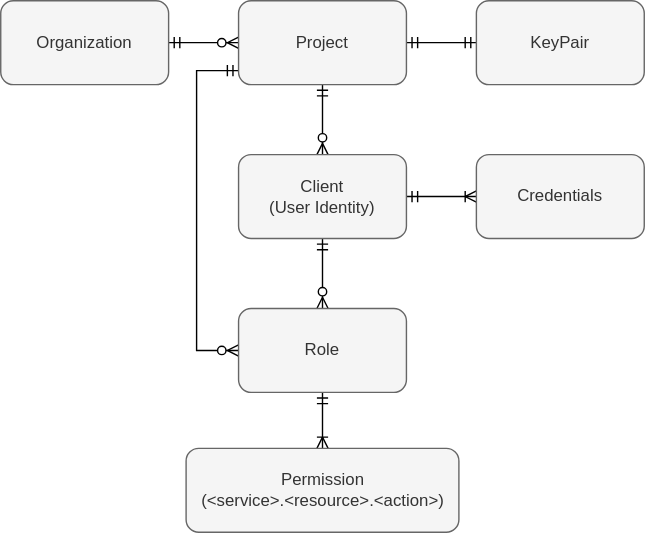
This is docs/IAM-data-model.svg from jveverka/iam-service, a draw.io export, as it was before one commit. Source tidied: cells renumbered, new cells last; positions are measured from the earlier drawing's top-left corner, leaving out a move shared by most shapes.
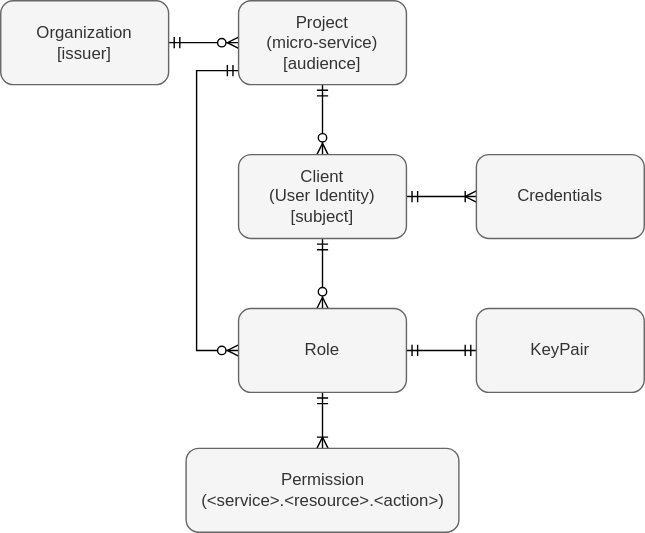
Above is the later version.

What changed in the source:
```diff
@@ -5,13 +5,13 @@
     <mxCell id="2" style="edgeStyle=none;rounded=0;jettySize=auto;html=1;startArrow=ERmandOne;startFill=0;endArrow=ERzeroToMany;endFill=1;" parent="1" edge="1" source="3" target="7">
       <mxGeometry relative="1" as="geometry" />
     </mxCell>
-    <mxCell id="3" value="Organization" style="rounded=1;whiteSpace=wrap;html=1;fillColor=#f5f5f5;strokeColor=#666666;fontColor=#333333;" parent="1" vertex="1">
+    <mxCell id="3" value="Organization&lt;br&gt;[issuer]" style="rounded=1;whiteSpace=wrap;html=1;fillColor=#f5f5f5;strokeColor=#666666;fontColor=#333333;" parent="1" vertex="1">
       <mxGeometry width="120" height="60" as="geometry" />
     </mxCell>
     <mxCell id="4" style="edgeStyle=none;rounded=0;jettySize=auto;html=1;startArrow=ERmandOne;startFill=0;endArrow=ERzeroToMany;endFill=1;" parent="1" edge="1" source="7" target="10">
       <mxGeometry relative="1" as="geometry" />
     </mxCell>
-    <mxCell id="5" style="edgeStyle=orthogonalEdgeStyle;rounded=0;jettySize=auto;html=1;startArrow=ERmandOne;startFill=0;endArrow=ERmandOne;endFill=0;" parent="1" edge="1" source="7" target="15">
+    <mxCell id="5" style="edgeStyle=orthogonalEdgeStyle;rounded=0;jettySize=auto;html=1;startArrow=ERmandOne;startFill=0;endArrow=ERmandOne;endFill=0;exitX=1;exitY=0.5;exitDx=0;exitDy=0;entryX=0;entryY=0.5;entryDx=0;entryDy=0;" parent="1" edge="1" source="13" target="15">
       <mxGeometry relative="1" as="geometry" />
     </mxCell>
     <mxCell id="6" style="edgeStyle=orthogonalEdgeStyle;rounded=0;jettySize=auto;html=1;entryX=0;entryY=0.5;entryDx=0;entryDy=0;startArrow=ERmandOne;startFill=0;endArrow=ERzeroToMany;endFill=1;" parent="1" edge="1" source="7" target="13">
@@ -22,7 +22,7 @@
         </Array>
       </mxGeometry>
     </mxCell>
-    <mxCell id="7" value="Project" style="rounded=1;whiteSpace=wrap;html=1;fillColor=#f5f5f5;strokeColor=#666666;fontColor=#333333;" parent="1" vertex="1">
+    <mxCell id="7" value="Project&lt;br&gt;(micro-service)&lt;br&gt;[audience]" style="rounded=1;whiteSpace=wrap;html=1;fillColor=#f5f5f5;strokeColor=#666666;fontColor=#333333;" parent="1" vertex="1">
       <mxGeometry x="170" width="120" height="60" as="geometry" />
     </mxCell>
     <mxCell id="8" style="edgeStyle=none;rounded=0;jettySize=auto;html=1;startArrow=ERmandOne;startFill=0;endArrow=ERoneToMany;endFill=0;" parent="1" edge="1" source="10" target="11">
@@ -31,7 +31,7 @@
     <mxCell id="9" style="edgeStyle=none;rounded=0;jettySize=auto;html=1;startArrow=ERmandOne;startFill=0;endArrow=ERzeroToMany;endFill=1;" parent="1" edge="1" source="10" target="13">
       <mxGeometry relative="1" as="geometry" />
     </mxCell>
-    <mxCell id="10" value="Client&lt;br&gt;(User Identity)" style="rounded=1;whiteSpace=wrap;html=1;fillColor=#f5f5f5;strokeColor=#666666;fontColor=#333333;" parent="1" vertex="1">
+    <mxCell id="10" value="Client&lt;br&gt;(User Identity)&lt;br&gt;[subject]" style="rounded=1;whiteSpace=wrap;html=1;fillColor=#f5f5f5;strokeColor=#666666;fontColor=#333333;" parent="1" vertex="1">
       <mxGeometry x="170" y="110" width="120" height="60" as="geometry" />
     </mxCell>
     <mxCell id="11" value="Credentials" style="rounded=1;whiteSpace=wrap;html=1;fillColor=#f5f5f5;strokeColor=#666666;fontColor=#333333;" parent="1" vertex="1">
@@ -47,7 +47,7 @@
       <mxGeometry x="132.5" y="320" width="195" height="60" as="geometry" />
     </mxCell>
     <mxCell id="15" value="KeyPair" style="rounded=1;whiteSpace=wrap;html=1;fillColor=#f5f5f5;strokeColor=#666666;fontColor=#333333;" parent="1" vertex="1">
-      <mxGeometry x="340" width="120" height="60" as="geometry" />
+      <mxGeometry x="340" y="220" width="120" height="60" as="geometry" />
     </mxCell>
   </root>
 </mxGraphModel>
```
